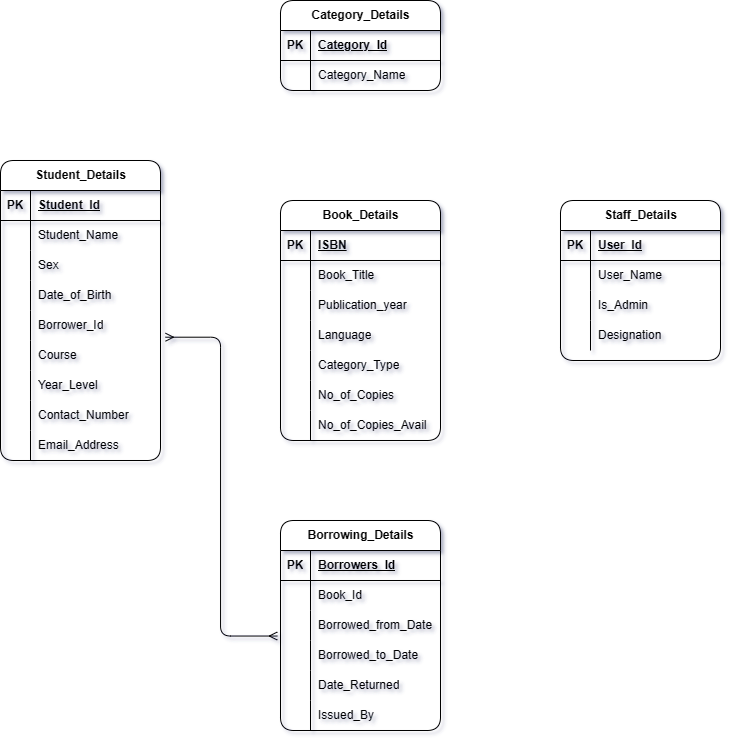
This is ERP.png from Jayrou12345/Flowchart, a draw.io export, as it was before one commit. Source tidied: cells renumbered, new cells last; positions are measured from the earlier drawing's top-left corner, leaving out a move shared by most shapes.
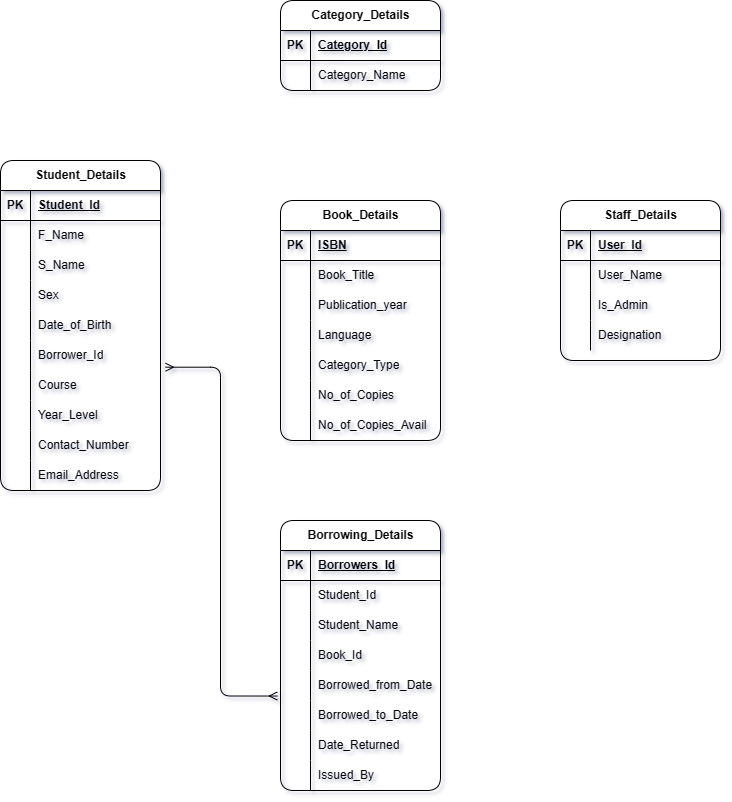
Above is the later version.

Diff of the diagram source:
```diff
@@ -90,7 +90,7 @@
       <mxGeometry x="30" width="130" height="30" as="geometry" />
     </mxCell>
     <mxCell id="31" value="Borrowing_Details" style="shape=table;startSize=30;rowLines=0;fontStyle=1;align=center;html=1;rounded=1;labelBackgroundColor=none;" parent="1" vertex="1">
-      <mxGeometry x="280" y="520" width="160" height="210" as="geometry" />
+      <mxGeometry x="280" y="520" width="160" height="270" as="geometry" />
     </mxCell>
     <mxCell id="32" style="shape=tableRow;horizontal=0;startSize=0;swimlaneHead=0;swimlaneBody=0;fillColor=none;top=0;left=0;right=0;bottom=1;rounded=1;labelBackgroundColor=none;" parent="31" vertex="1">
       <mxGeometry y="30" width="160" height="30" as="geometry" />
@@ -101,8 +101,26 @@
     <mxCell id="34" value="Borrowers_Id" style="shape=partialRectangle;fillColor=none;top=0;left=0;bottom=0;right=0;align=left;spacingLeft=6;fontStyle=5;overflow=hidden;whiteSpace=wrap;html=1;rounded=1;labelBackgroundColor=none;" parent="32" vertex="1">
       <mxGeometry x="30" width="130" height="30" as="geometry" />
     </mxCell>
+    <mxCell id="92" style="shape=tableRow;horizontal=0;startSize=0;swimlaneHead=0;swimlaneBody=0;fillColor=none;top=0;left=0;right=0;bottom=0;rounded=1;labelBackgroundColor=none;" parent="31" vertex="1">
+      <mxGeometry y="60" width="160" height="30" as="geometry" />
+    </mxCell>
+    <mxCell id="93" style="shape=partialRectangle;fillColor=none;top=0;left=0;bottom=0;right=0;overflow=hidden;whiteSpace=wrap;html=1;rounded=1;labelBackgroundColor=none;" parent="92" vertex="1">
+      <mxGeometry width="30" height="30" as="geometry" />
+    </mxCell>
+    <mxCell id="94" value="Student_Id" style="shape=partialRectangle;fillColor=none;top=0;left=0;bottom=0;right=0;align=left;spacingLeft=6;overflow=hidden;whiteSpace=wrap;html=1;rounded=1;labelBackgroundColor=none;" parent="92" vertex="1">
+      <mxGeometry x="30" width="130" height="30" as="geometry" />
+    </mxCell>
+    <mxCell id="95" style="shape=tableRow;horizontal=0;startSize=0;swimlaneHead=0;swimlaneBody=0;fillColor=none;top=0;left=0;right=0;bottom=0;rounded=1;labelBackgroundColor=none;" parent="31" vertex="1">
+      <mxGeometry y="90" width="160" height="30" as="geometry" />
+    </mxCell>
+    <mxCell id="96" style="shape=partialRectangle;fillColor=none;top=0;left=0;bottom=0;right=0;overflow=hidden;whiteSpace=wrap;html=1;rounded=1;labelBackgroundColor=none;" parent="95" vertex="1">
+      <mxGeometry width="30" height="30" as="geometry" />
+    </mxCell>
+    <mxCell id="97" value="Student_Name" style="shape=partialRectangle;fillColor=none;top=0;left=0;bottom=0;right=0;align=left;spacingLeft=6;overflow=hidden;whiteSpace=wrap;html=1;rounded=1;labelBackgroundColor=none;" parent="95" vertex="1">
+      <mxGeometry x="30" width="130" height="30" as="geometry" />
+    </mxCell>
     <mxCell id="35" style="shape=tableRow;horizontal=0;startSize=0;swimlaneHead=0;swimlaneBody=0;fillColor=none;top=0;left=0;right=0;bottom=0;rounded=1;labelBackgroundColor=none;" parent="31" vertex="1">
-      <mxGeometry y="60" width="160" height="30" as="geometry" />
+      <mxGeometry y="120" width="160" height="30" as="geometry" />
     </mxCell>
     <mxCell id="36" style="shape=partialRectangle;fillColor=none;top=0;left=0;bottom=0;right=0;overflow=hidden;whiteSpace=wrap;html=1;rounded=1;labelBackgroundColor=none;" parent="35" vertex="1">
       <mxGeometry width="30" height="30" as="geometry" />
@@ -111,7 +129,7 @@
       <mxGeometry x="30" width="130" height="30" as="geometry" />
     </mxCell>
     <mxCell id="38" style="shape=tableRow;horizontal=0;startSize=0;swimlaneHead=0;swimlaneBody=0;fillColor=none;top=0;left=0;right=0;bottom=0;rounded=1;labelBackgroundColor=none;" parent="31" vertex="1">
-      <mxGeometry y="90" width="160" height="30" as="geometry" />
+      <mxGeometry y="150" width="160" height="30" as="geometry" />
     </mxCell>
     <mxCell id="39" style="shape=partialRectangle;fillColor=none;top=0;left=0;bottom=0;right=0;overflow=hidden;whiteSpace=wrap;html=1;rounded=1;labelBackgroundColor=none;" parent="38" vertex="1">
       <mxGeometry width="30" height="30" as="geometry" />
@@ -120,7 +138,7 @@
       <mxGeometry x="30" width="130" height="30" as="geometry" />
     </mxCell>
     <mxCell id="41" style="shape=tableRow;horizontal=0;startSize=0;swimlaneHead=0;swimlaneBody=0;fillColor=none;points=[[0,0.5],[1,0.5]];portConstraint=eastwest;top=0;left=0;right=0;bottom=0;rounded=1;labelBackgroundColor=none;" parent="31" vertex="1">
-      <mxGeometry y="120" width="160" height="30" as="geometry" />
+      <mxGeometry y="180" width="160" height="30" as="geometry" />
     </mxCell>
     <mxCell id="42" style="shape=partialRectangle;fillColor=none;top=0;left=0;bottom=0;right=0;overflow=hidden;whiteSpace=wrap;html=1;rounded=1;labelBackgroundColor=none;" parent="41" vertex="1">
       <mxGeometry width="30" height="30" as="geometry" />
@@ -129,7 +147,7 @@
       <mxGeometry x="30" width="130" height="30" as="geometry" />
     </mxCell>
     <mxCell id="44" style="shape=tableRow;horizontal=0;startSize=0;swimlaneHead=0;swimlaneBody=0;fillColor=none;top=0;left=0;right=0;bottom=0;rounded=1;labelBackgroundColor=none;" parent="31" vertex="1">
-      <mxGeometry y="150" width="160" height="30" as="geometry" />
+      <mxGeometry y="210" width="160" height="30" as="geometry" />
     </mxCell>
     <mxCell id="45" style="shape=partialRectangle;fillColor=none;top=0;left=0;bottom=0;right=0;overflow=hidden;whiteSpace=wrap;html=1;rounded=1;labelBackgroundColor=none;" parent="44" vertex="1">
       <mxGeometry width="30" height="30" as="geometry" />
@@ -138,7 +156,7 @@
       <mxGeometry x="30" width="130" height="30" as="geometry" />
     </mxCell>
     <mxCell id="47" style="shape=tableRow;horizontal=0;startSize=0;swimlaneHead=0;swimlaneBody=0;fillColor=none;top=0;left=0;right=0;bottom=0;rounded=1;labelBackgroundColor=none;" parent="31" vertex="1">
-      <mxGeometry y="180" width="160" height="30" as="geometry" />
+      <mxGeometry y="240" width="160" height="30" as="geometry" />
     </mxCell>
     <mxCell id="48" style="shape=partialRectangle;fillColor=none;top=0;left=0;bottom=0;right=0;overflow=hidden;whiteSpace=wrap;html=1;rounded=1;labelBackgroundColor=none;" parent="47" vertex="1">
       <mxGeometry width="30" height="30" as="geometry" />
@@ -186,7 +204,7 @@
       <mxGeometry x="30" width="130" height="30" as="geometry" />
     </mxCell>
     <mxCell id="63" value="Student_Details" style="shape=table;startSize=30;rowLines=0;fontStyle=1;align=center;html=1;rounded=1;labelBackgroundColor=none;" parent="1" vertex="1">
-      <mxGeometry y="160" width="160" height="300" as="geometry" />
+      <mxGeometry y="160" width="160" height="330" as="geometry" />
     </mxCell>
     <mxCell id="64" style="shape=tableRow;horizontal=0;startSize=0;swimlaneHead=0;swimlaneBody=0;fillColor=none;top=0;left=0;right=0;bottom=1;rounded=1;labelBackgroundColor=none;" parent="63" vertex="1">
       <mxGeometry y="30" width="160" height="30" as="geometry" />
@@ -203,11 +221,20 @@
     <mxCell id="68" style="shape=partialRectangle;fillColor=none;top=0;left=0;bottom=0;right=0;overflow=hidden;whiteSpace=wrap;html=1;rounded=1;labelBackgroundColor=none;" parent="67" vertex="1">
       <mxGeometry width="30" height="30" as="geometry" />
     </mxCell>
-    <mxCell id="69" value="Student_Name" style="shape=partialRectangle;fillColor=none;top=0;left=0;bottom=0;right=0;align=left;spacingLeft=6;overflow=hidden;whiteSpace=wrap;html=1;rounded=1;labelBackgroundColor=none;" parent="67" vertex="1">
+    <mxCell id="69" value="F_Name" style="shape=partialRectangle;fillColor=none;top=0;left=0;bottom=0;right=0;align=left;spacingLeft=6;overflow=hidden;whiteSpace=wrap;html=1;rounded=1;labelBackgroundColor=none;" parent="67" vertex="1">
       <mxGeometry x="30" width="130" height="30" as="geometry" />
     </mxCell>
+    <mxCell id="98" style="shape=tableRow;horizontal=0;startSize=0;swimlaneHead=0;swimlaneBody=0;fillColor=none;top=0;left=0;right=0;bottom=0;rounded=1;labelBackgroundColor=none;" parent="63" vertex="1">
+      <mxGeometry y="90" width="160" height="30" as="geometry" />
+    </mxCell>
+    <mxCell id="99" style="shape=partialRectangle;fillColor=none;top=0;left=0;bottom=0;right=0;overflow=hidden;whiteSpace=wrap;html=1;rounded=1;labelBackgroundColor=none;" parent="98" vertex="1">
+      <mxGeometry width="30" height="30" as="geometry" />
+    </mxCell>
+    <mxCell id="100" value="S_Name" style="shape=partialRectangle;fillColor=none;top=0;left=0;bottom=0;right=0;align=left;spacingLeft=6;overflow=hidden;whiteSpace=wrap;html=1;rounded=1;labelBackgroundColor=none;" parent="98" vertex="1">
+      <mxGeometry x="30" width="130" height="30" as="geometry" />
+    </mxCell>
     <mxCell id="70" style="shape=tableRow;horizontal=0;startSize=0;swimlaneHead=0;swimlaneBody=0;fillColor=none;top=0;left=0;right=0;bottom=0;rounded=1;labelBackgroundColor=none;" parent="63" vertex="1">
-      <mxGeometry y="90" width="160" height="30" as="geometry" />
+      <mxGeometry y="120" width="160" height="30" as="geometry" />
     </mxCell>
     <mxCell id="71" style="shape=partialRectangle;fillColor=none;top=0;left=0;bottom=0;right=0;overflow=hidden;whiteSpace=wrap;html=1;rounded=1;labelBackgroundColor=none;" parent="70" vertex="1">
       <mxGeometry width="30" height="30" as="geometry" />
@@ -216,7 +243,7 @@
       <mxGeometry x="30" width="130" height="30" as="geometry" />
     </mxCell>
     <mxCell id="73" style="shape=tableRow;horizontal=0;startSize=0;swimlaneHead=0;swimlaneBody=0;fillColor=none;top=0;left=0;right=0;bottom=0;rounded=1;labelBackgroundColor=none;" parent="63" vertex="1">
-      <mxGeometry y="120" width="160" height="30" as="geometry" />
+      <mxGeometry y="150" width="160" height="30" as="geometry" />
     </mxCell>
     <mxCell id="74" style="shape=partialRectangle;fillColor=none;top=0;left=0;bottom=0;right=0;overflow=hidden;whiteSpace=wrap;html=1;rounded=1;labelBackgroundColor=none;" parent="73" vertex="1">
       <mxGeometry width="30" height="30" as="geometry" />
@@ -225,7 +252,7 @@
       <mxGeometry x="30" width="130" height="30" as="geometry" />
     </mxCell>
     <mxCell id="76" style="shape=tableRow;horizontal=0;startSize=0;swimlaneHead=0;swimlaneBody=0;fillColor=none;top=0;left=0;right=0;bottom=0;rounded=1;labelBackgroundColor=none;" parent="63" vertex="1">
-      <mxGeometry y="150" width="160" height="30" as="geometry" />
+      <mxGeometry y="180" width="160" height="30" as="geometry" />
     </mxCell>
     <mxCell id="77" style="shape=partialRectangle;fillColor=none;top=0;left=0;bottom=0;right=0;overflow=hidden;whiteSpace=wrap;html=1;rounded=1;labelBackgroundColor=none;" parent="76" vertex="1">
       <mxGeometry width="30" height="30" as="geometry" />
@@ -234,7 +261,7 @@
       <mxGeometry x="30" width="130" height="30" as="geometry" />
     </mxCell>
     <mxCell id="79" style="shape=tableRow;horizontal=0;startSize=0;swimlaneHead=0;swimlaneBody=0;fillColor=none;points=[[0,0.5],[1,0.5]];portConstraint=eastwest;top=0;left=0;right=0;bottom=0;rounded=1;labelBackgroundColor=none;" parent="63" vertex="1">
-      <mxGeometry y="180" width="160" height="30" as="geometry" />
+      <mxGeometry y="210" width="160" height="30" as="geometry" />
     </mxCell>
     <mxCell id="80" style="shape=partialRectangle;fillColor=none;top=0;left=0;bottom=0;right=0;overflow=hidden;whiteSpace=wrap;html=1;rounded=1;labelBackgroundColor=none;" parent="79" vertex="1">
       <mxGeometry width="30" height="30" as="geometry" />
@@ -243,7 +270,7 @@
       <mxGeometry x="30" width="130" height="30" as="geometry" />
     </mxCell>
     <mxCell id="82" style="shape=tableRow;horizontal=0;startSize=0;swimlaneHead=0;swimlaneBody=0;fillColor=none;top=0;left=0;right=0;bottom=0;rounded=1;labelBackgroundColor=none;" parent="63" vertex="1">
-      <mxGeometry y="210" width="160" height="30" as="geometry" />
+      <mxGeometry y="240" width="160" height="30" as="geometry" />
     </mxCell>
     <mxCell id="83" style="shape=partialRectangle;fillColor=none;top=0;left=0;bottom=0;right=0;overflow=hidden;whiteSpace=wrap;html=1;rounded=1;labelBackgroundColor=none;" parent="82" vertex="1">
       <mxGeometry width="30" height="30" as="geometry" />
@@ -252,7 +279,7 @@
       <mxGeometry x="30" width="130" height="30" as="geometry" />
     </mxCell>
     <mxCell id="85" style="shape=tableRow;horizontal=0;startSize=0;swimlaneHead=0;swimlaneBody=0;fillColor=none;top=0;left=0;right=0;bottom=0;rounded=1;labelBackgroundColor=none;" parent="63" vertex="1">
-      <mxGeometry y="240" width="160" height="30" as="geometry" />
+      <mxGeometry y="270" width="160" height="30" as="geometry" />
     </mxCell>
     <mxCell id="86" style="shape=partialRectangle;fillColor=none;top=0;left=0;bottom=0;right=0;overflow=hidden;whiteSpace=wrap;html=1;rounded=1;labelBackgroundColor=none;" parent="85" vertex="1">
       <mxGeometry width="30" height="30" as="geometry" />
@@ -261,7 +288,7 @@
       <mxGeometry x="30" width="130" height="30" as="geometry" />
     </mxCell>
     <mxCell id="88" style="shape=tableRow;horizontal=0;startSize=0;swimlaneHead=0;swimlaneBody=0;fillColor=none;top=0;left=0;right=0;bottom=0;rounded=1;labelBackgroundColor=none;" parent="63" vertex="1">
-      <mxGeometry y="270" width="160" height="30" as="geometry" />
+      <mxGeometry y="300" width="160" height="30" as="geometry" />
     </mxCell>
     <mxCell id="89" style="shape=partialRectangle;fillColor=none;top=0;left=0;bottom=0;right=0;overflow=hidden;whiteSpace=wrap;html=1;rounded=1;labelBackgroundColor=none;" parent="88" vertex="1">
       <mxGeometry width="30" height="30" as="geometry" />
```
